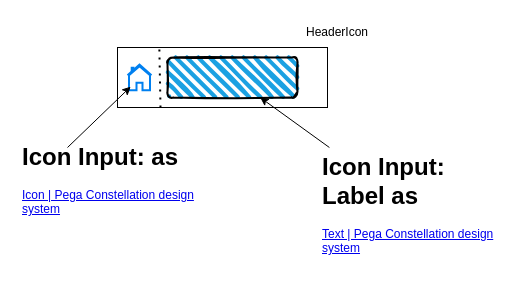
This is HeaderIcon.drawio from ergun598/WcfService, a draw.io file, before an edit. Source tidied: cells renumbered, new cells numbered last; positions are measured from the earlier drawing's top-left corner, leaving out a move shared by most shapes. Both pictures are drawn from the tidied source at 100%, with x=0, y=0 at pixel (17, 17).
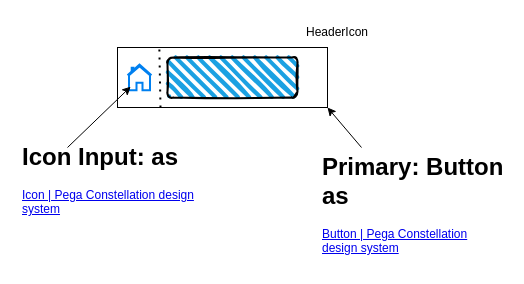
The same diagram, later.

What changed in the source:
```diff
@@
 <mxGraphModel>
   <root>
     <mxCell id="0" />
     <mxCell id="1" parent="0" />
     <mxCell id="2" style="rounded=0;whiteSpace=wrap;html=1;" parent="1" vertex="1">
       <mxGeometry x="100" y="30" width="210" height="60" as="geometry" />
     </mxCell>
     <mxCell id="3" value="HeaderIcon" style="text;html=1;strokeColor=none;fillColor=none;align=center;verticalAlign=middle;whiteSpace=wrap;rounded=0;" parent="1" vertex="1">
       <mxGeometry x="290" width="60" height="30" as="geometry" />
     </mxCell>
     <mxCell id="4" style="html=1;verticalLabelPosition=bottom;align=center;labelBackgroundColor=#ffffff;verticalAlign=top;strokeWidth=2;strokeColor=#0080F0;shadow=0;dashed=0;shape=mxgraph.ios7.icons.home;" parent="1" vertex="1">
       <mxGeometry x="110" y="47.2" width="24" height="25.5" as="geometry" />
     </mxCell>
     <mxCell id="5" style="rounded=1;whiteSpace=wrap;html=1;strokeWidth=2;fillWeight=4;hachureGap=8;hachureAngle=45;fillColor=#1ba1e2;sketch=1;" parent="1" vertex="1">
       <mxGeometry x="150" y="40" width="130" height="40" as="geometry" />
     </mxCell>
     <mxCell id="6" style="endArrow=classic;html=1;rounded=0;entryX=0.133;entryY=0.861;entryDx=0;entryDy=0;entryPerimeter=0;" parent="1" edge="1" target="4">
       <mxGeometry relative="1" as="geometry">
         <mxPoint x="50" y="130" as="sourcePoint" />
       </mxGeometry>
     </mxCell>
     <mxCell id="7" style="endArrow=none;dashed=1;html=1;dashPattern=1 3;strokeWidth=2;rounded=0;entryX=0.185;entryY=-0.027;entryDx=0;entryDy=0;entryPerimeter=0;" parent="1" edge="1">
       <mxGeometry relative="1" as="geometry">
         <mxPoint x="143" y="90" as="sourcePoint" />
         <mxPoint x="141.8" y="28.4" as="targetPoint" />
       </mxGeometry>
     </mxCell>
     <mxCell id="8" value="&lt;h1&gt;&lt;span style=&quot;background-color: initial;&quot;&gt;Icon Input: as&amp;nbsp;&lt;/span&gt;&lt;br&gt;&lt;/h1&gt;&lt;a href=&quot;https://design.pega.com/develop/icon/&quot;&gt;Icon | Pega Constellation design system&lt;/a&gt;" style="text;html=1;strokeColor=none;fillColor=none;spacing=5;spacingTop=-20;whiteSpace=wrap;overflow=hidden;rounded=0;" parent="1" vertex="1">
       <mxGeometry y="120" width="190" height="120" as="geometry" />
     </mxCell>
-    <mxCell id="9" value="&lt;h1&gt;&lt;span style=&quot;background-color: initial;&quot;&gt;Icon Input: Label as&lt;/span&gt;&lt;/h1&gt;&lt;a href=&quot;https://design.pega.com/develop/text/&quot;&gt;Text | Pega Constellation design system&lt;/a&gt;" style="text;html=1;strokeColor=none;fillColor=none;spacing=5;spacingTop=-20;whiteSpace=wrap;overflow=hidden;rounded=0;" parent="1" vertex="1">
+    <mxCell id="9" value="&lt;h1&gt;&lt;span style=&quot;background-color: initial;&quot;&gt;Primary: Button as&lt;/span&gt;&lt;/h1&gt;&lt;a href=&quot;https://design.pega.com/develop/button/&quot;&gt;Button | Pega Constellation design system&lt;/a&gt;" style="text;html=1;strokeColor=none;fillColor=none;spacing=5;spacingTop=-20;whiteSpace=wrap;overflow=hidden;rounded=0;" parent="1" vertex="1">
       <mxGeometry x="300" y="130" width="190" height="120" as="geometry" />
     </mxCell>
-    <mxCell id="10" style="endArrow=classic;html=1;rounded=0;" parent="1" edge="1" source="9" target="5">
+    <mxCell id="10" style="endArrow=classic;html=1;rounded=0;entryX=1;entryY=1;entryDx=0;entryDy=0;" parent="1" edge="1" source="9" target="2">
       <mxGeometry relative="1" as="geometry" />
     </mxCell>
   </root>
 </mxGraphModel>
```
